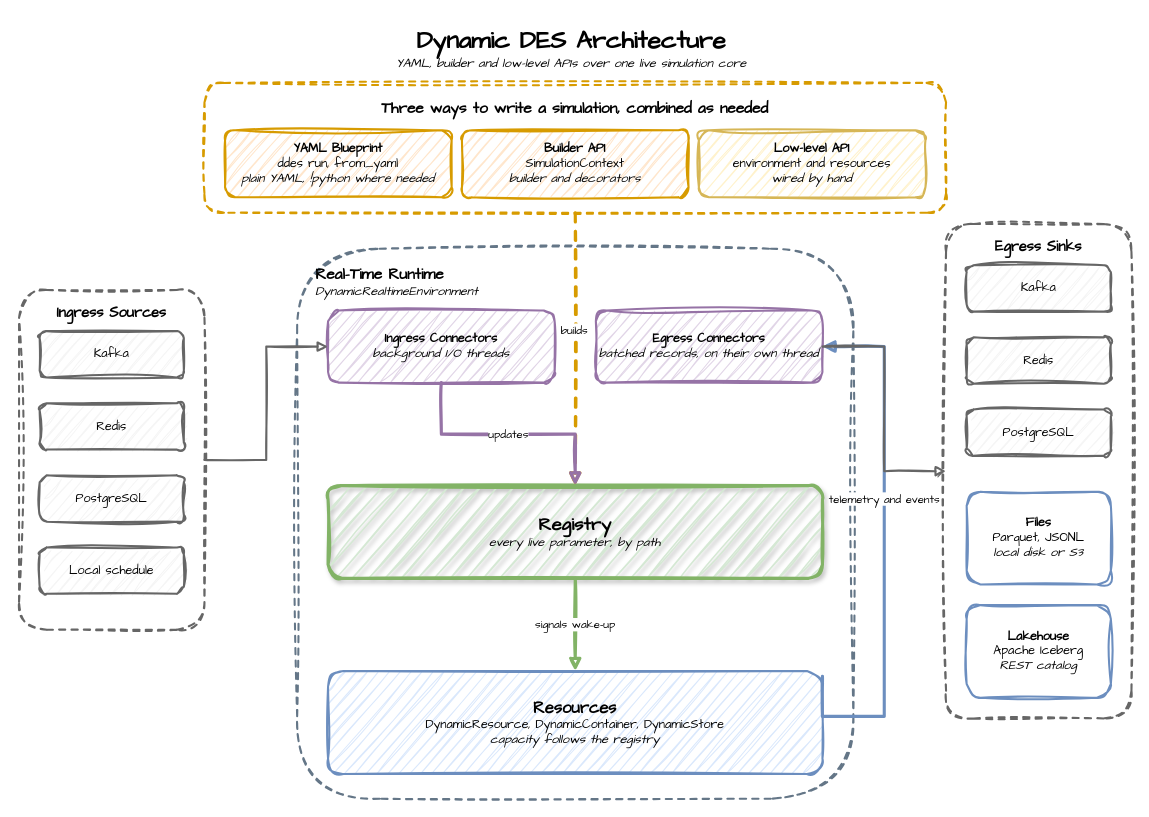
jaehyeon-kim/desflow keeps this draw.io diagram as docs/assets/architecture.drawio. Above is the earlier version. Source tidied: cells renumbered, new cells numbered last; positions are measured from the earlier drawing's top-left corner, leaving out a move shared by most shapes. Both pictures are drawn from the tidied source at 103%, with x=0, y=0 at pixel (19, 18).
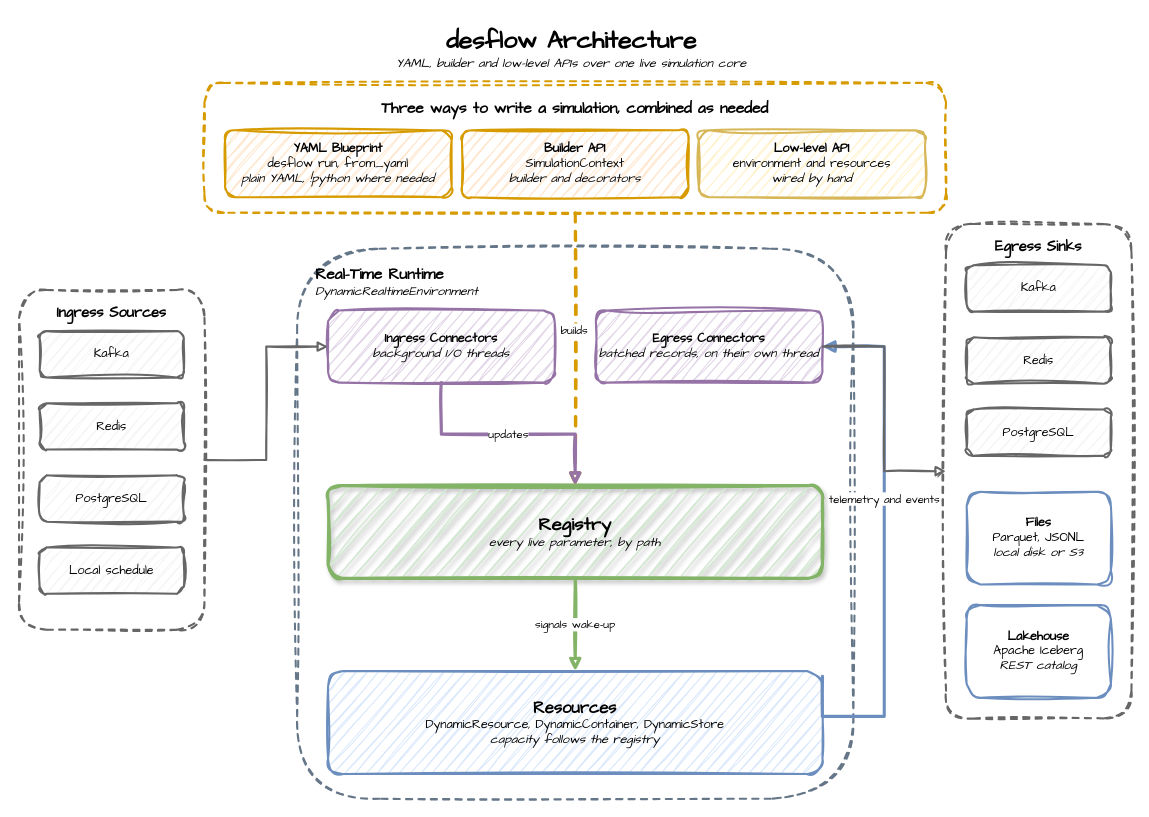
After the change.

Change to the diagram source:
```diff
@@
-    <mxCell id="2" value="&lt;b style=&quot;font-size: 24px;&quot;&gt;Dynamic DES Architecture&lt;/b&gt;&lt;br&gt;&lt;i&gt;YAML, builder and low-level APIs over one live simulation core&lt;/i&gt;" style="text;html=1;align=center;verticalAlign=middle;fontFamily=Comic Sans MS;" parent="1" vertex="1">
+    <mxCell id="2" value="&lt;b style=&quot;font-size: 24px;&quot;&gt;desflow Architecture&lt;/b&gt;&lt;br&gt;&lt;i&gt;YAML, builder and low-level APIs over one live simulation core&lt;/i&gt;" style="text;html=1;align=center;verticalAlign=middle;fontFamily=Comic Sans MS;" parent="1" vertex="1">
       <mxGeometry x="236" width="600" height="60" as="geometry" />
     </mxCell>
@@
-    <mxCell id="4" value="&lt;b&gt;YAML Blueprint&lt;/b&gt;&lt;br&gt;ddes run, from_yaml&lt;br&gt;&lt;i&gt;plain YAML, !python where needed&lt;/i&gt;" style="rounded=1;whiteSpace=wrap;html=1;sketch=1;curveFitting=1;jiggle=2;fillColor=#ffe6cc;strokeColor=#d79b00;strokeWidth=2;fontFamily=Comic Sans MS;" parent="1" vertex="1">
+    <mxCell id="4" value="&lt;b&gt;YAML Blueprint&lt;/b&gt;&lt;br&gt;desflow run, from_yaml&lt;br&gt;&lt;i&gt;plain YAML, !python where needed&lt;/i&gt;" style="rounded=1;whiteSpace=wrap;html=1;sketch=1;curveFitting=1;jiggle=2;fillColor=#ffe6cc;strokeColor=#d79b00;strokeWidth=2;fontFamily=Comic Sans MS;" parent="1" vertex="1">
       <mxGeometry x="200" y="109" width="220" height="65" as="geometry" />
     </mxCell>
```
